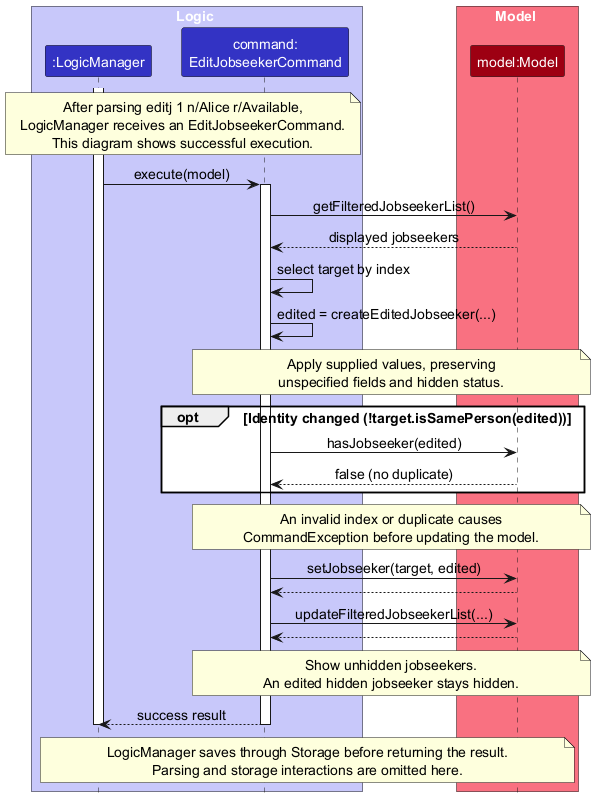
Earlier version of the PlantUML export docs/images/EditJobseekerSequenceDiagram.png (AY2627S1-CS2103T-F10-4/tp).
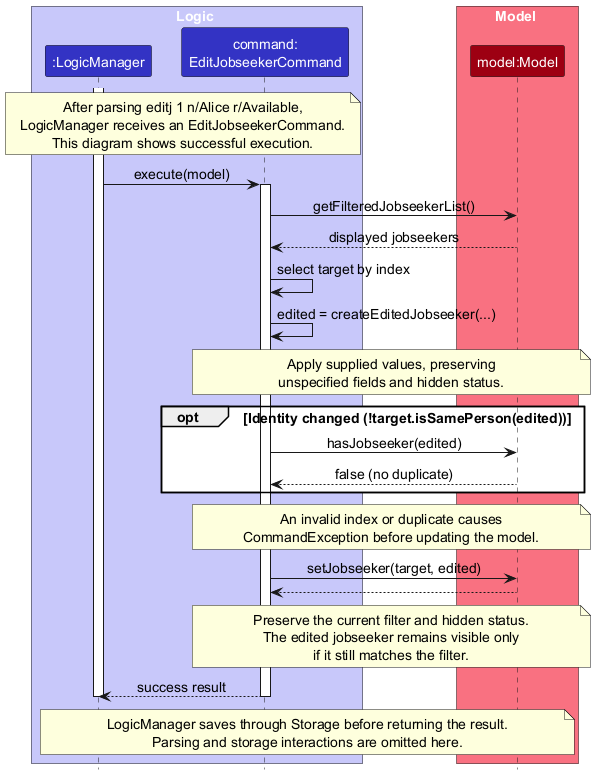
After the change.

Commit message:
Fix edit commands resetting the current list filter

Diff of the diagram source:
```diff
@@ -37,11 +37,10 @@
 end note
 Command -> Model : setJobseeker(target, edited)
 Model --> Command
-Command -> Model : updateFilteredJobseekerList(...)
-Model --> Command
 note over Command, Model
-  Show unhidden jobseekers.
-  An edited hidden jobseeker stays hidden.
+  Preserve the current filter and hidden status.
+  The edited jobseeker remains visible only
+  if it still matches the filter.
 end note
 Command --> Logic : success result
 deactivate Command
```
